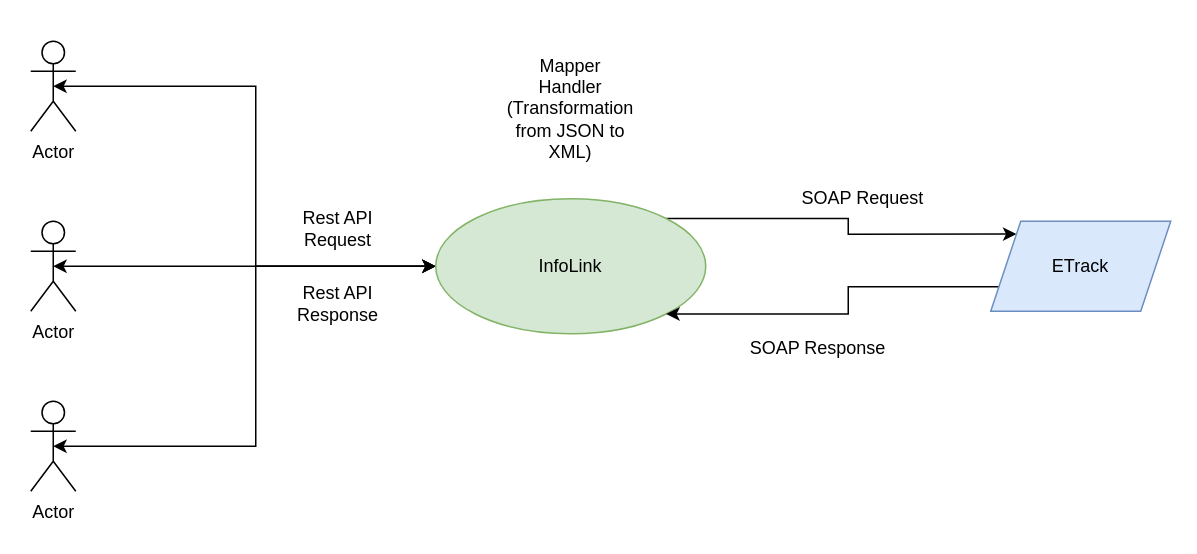
Above: Untitled Diagram.drawio in jassirwani/posta-mind-mapping (draw.io), before the change. Source tidied: cells renumbered, new cells numbered last; positions are measured from the earlier drawing's top-left corner, leaving out a move shared by most shapes. Both pictures are drawn from the tidied source at 150%, with x=0, y=0 at pixel (30, 26).
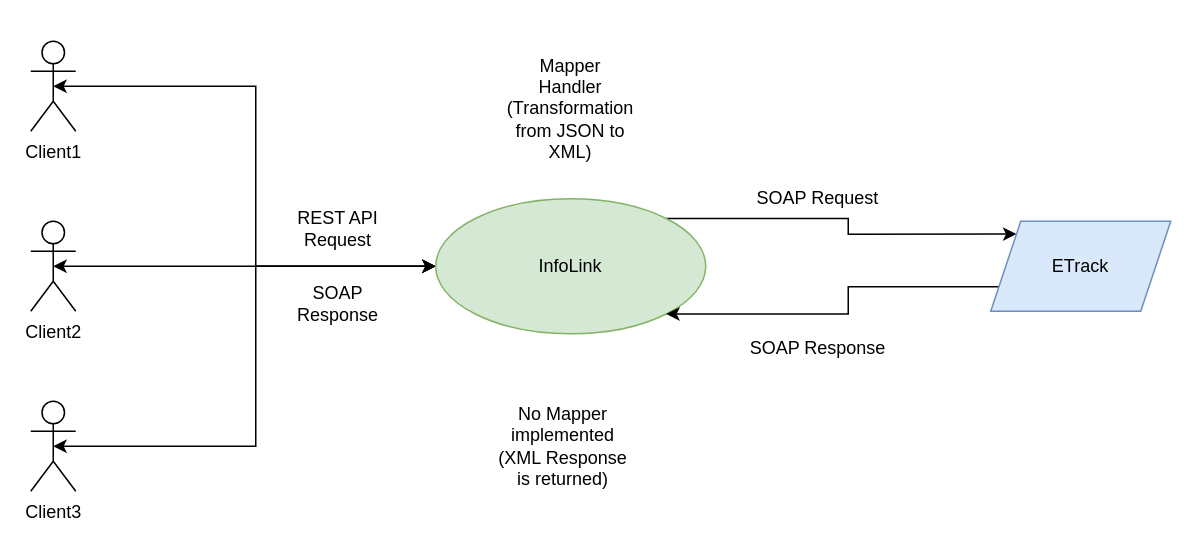
Above is the later version.

What changed in the source:
```diff
@@
 <mxGraphModel>
   <root>
     <mxCell id="0" />
     <mxCell id="1" parent="0" />
     <mxCell id="2" style="edgeStyle=orthogonalEdgeStyle;rounded=0;jettySize=auto;html=1;exitX=0.5;exitY=0.5;exitDx=0;exitDy=0;exitPerimeter=0;entryX=0;entryY=0.5;entryDx=0;entryDy=0;startArrow=classic;startFill=1;" parent="1" edge="1" source="3" target="9">
       <mxGeometry relative="1" as="geometry" />
     </mxCell>
-    <mxCell id="3" value="Actor" style="shape=umlActor;verticalLabelPosition=bottom;verticalAlign=top;html=1;outlineConnect=0;" parent="1" vertex="1">
+    <mxCell id="3" value="Client1" style="shape=umlActor;verticalLabelPosition=bottom;verticalAlign=top;html=1;outlineConnect=0;" parent="1" vertex="1">
       <mxGeometry y="10" width="30" height="60" as="geometry" />
     </mxCell>
     <mxCell id="4" style="edgeStyle=orthogonalEdgeStyle;rounded=0;jettySize=auto;html=1;exitX=0.5;exitY=0.5;exitDx=0;exitDy=0;exitPerimeter=0;entryX=0;entryY=0.5;entryDx=0;entryDy=0;startArrow=classic;startFill=1;" parent="1" edge="1" source="5" target="9">
       <mxGeometry relative="1" as="geometry" />
     </mxCell>
-    <mxCell id="5" value="Actor" style="shape=umlActor;verticalLabelPosition=bottom;verticalAlign=top;html=1;outlineConnect=0;" parent="1" vertex="1">
+    <mxCell id="5" value="Client2" style="shape=umlActor;verticalLabelPosition=bottom;verticalAlign=top;html=1;outlineConnect=0;" parent="1" vertex="1">
       <mxGeometry y="130" width="30" height="60" as="geometry" />
     </mxCell>
     <mxCell id="6" style="edgeStyle=orthogonalEdgeStyle;rounded=0;jettySize=auto;html=1;exitX=0.5;exitY=0.5;exitDx=0;exitDy=0;exitPerimeter=0;entryX=0;entryY=0.5;entryDx=0;entryDy=0;startArrow=classic;startFill=1;" parent="1" edge="1" source="7" target="9">
       <mxGeometry relative="1" as="geometry" />
     </mxCell>
-    <mxCell id="7" value="Actor" style="shape=umlActor;verticalLabelPosition=bottom;verticalAlign=top;html=1;outlineConnect=0;" parent="1" vertex="1">
+    <mxCell id="7" value="Client3" style="shape=umlActor;verticalLabelPosition=bottom;verticalAlign=top;html=1;outlineConnect=0;" parent="1" vertex="1">
       <mxGeometry y="250" width="30" height="60" as="geometry" />
     </mxCell>
     <mxCell id="8" style="edgeStyle=orthogonalEdgeStyle;rounded=0;jettySize=auto;html=1;exitX=1;exitY=0;exitDx=0;exitDy=0;entryX=0;entryY=0;entryDx=0;entryDy=0;" parent="1" edge="1" source="9" target="11">
       <mxGeometry relative="1" as="geometry" />
     </mxCell>
     <mxCell id="9" value="InfoLink" style="ellipse;whiteSpace=wrap;html=1;fillColor=#d5e8d4;strokeColor=#82b366;" parent="1" vertex="1">
       <mxGeometry x="270" y="115" width="180" height="90" as="geometry" />
     </mxCell>
     <mxCell id="10" style="edgeStyle=orthogonalEdgeStyle;rounded=0;jettySize=auto;html=1;exitX=0;exitY=0.75;exitDx=0;exitDy=0;entryX=1;entryY=1;entryDx=0;entryDy=0;" parent="1" edge="1" source="11" target="9">
       <mxGeometry relative="1" as="geometry" />
     </mxCell>
     <mxCell id="11" value="ETrack" style="shape=parallelogram;perimeter=parallelogramPerimeter;whiteSpace=wrap;html=1;fixedSize=1;fillColor=#dae8fc;strokeColor=#6c8ebf;" parent="1" vertex="1">
       <mxGeometry x="640" y="130" width="120" height="60" as="geometry" />
     </mxCell>
-    <mxCell id="12" value="Rest API Request" style="text;html=1;strokeColor=none;fillColor=none;align=center;verticalAlign=middle;whiteSpace=wrap;rounded=0;" parent="1" vertex="1">
+    <mxCell id="12" value="REST API Request" style="text;html=1;strokeColor=none;fillColor=none;align=center;verticalAlign=middle;whiteSpace=wrap;rounded=0;" parent="1" vertex="1">
       <mxGeometry x="160" y="120" width="90" height="30" as="geometry" />
     </mxCell>
     <mxCell id="13" value="SOAP Response" style="text;html=1;strokeColor=none;fillColor=none;align=center;verticalAlign=middle;whiteSpace=wrap;rounded=0;" parent="1" vertex="1">
       <mxGeometry x="470" y="200" width="110" height="30" as="geometry" />
     </mxCell>
     <mxCell id="14" value="Mapper&lt;br&gt;Handler&lt;br&gt;(Transformation from JSON to XML)" style="text;html=1;strokeColor=none;fillColor=none;align=center;verticalAlign=middle;whiteSpace=wrap;rounded=0;" parent="1" vertex="1">
       <mxGeometry x="315" width="90" height="110" as="geometry" />
     </mxCell>
     <mxCell id="15" value="SOAP Request" style="text;html=1;strokeColor=none;fillColor=none;align=center;verticalAlign=middle;whiteSpace=wrap;rounded=0;" parent="1" vertex="1">
-      <mxGeometry x="500" y="100" width="110" height="30" as="geometry" />
+      <mxGeometry x="470" y="100" width="110" height="30" as="geometry" />
     </mxCell>
-    <mxCell id="16" value="Rest API Response" style="text;html=1;strokeColor=none;fillColor=none;align=center;verticalAlign=middle;whiteSpace=wrap;rounded=0;" parent="1" vertex="1">
+    <mxCell id="16" value="SOAP Response" style="text;html=1;strokeColor=none;fillColor=none;align=center;verticalAlign=middle;whiteSpace=wrap;rounded=0;" parent="1" vertex="1">
       <mxGeometry x="160" y="170" width="90" height="30" as="geometry" />
     </mxCell>
+    <mxCell id="17" value="No Mapper implemented (XML Response is returned)" style="text;html=1;strokeColor=none;fillColor=none;align=center;verticalAlign=middle;whiteSpace=wrap;rounded=0;" parent="1" vertex="1">
+      <mxGeometry x="310" y="225" width="90" height="110" as="geometry" />
+    </mxCell>
   </root>
 </mxGraphModel>
```
